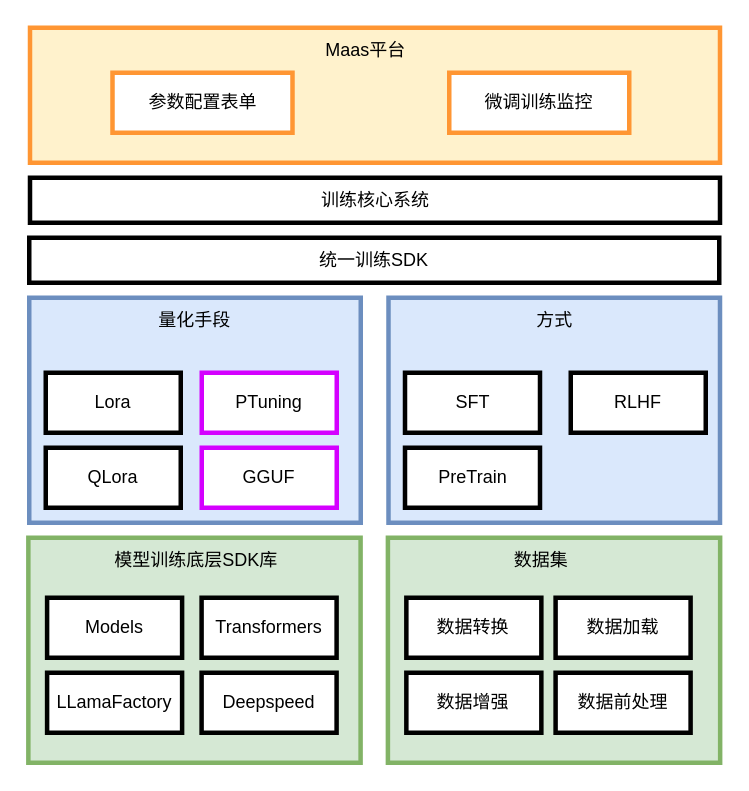
The draw.io diagram 0代码微调.drawio in whybeyoung/mywork, before the edit. Source tidied: cells renumbered, new cells numbered last; positions are measured from the earlier drawing's top-left corner, leaving out a move shared by most shapes. Both pictures are drawn from the tidied source at 150%, with x=0, y=0 at pixel (27, 27).
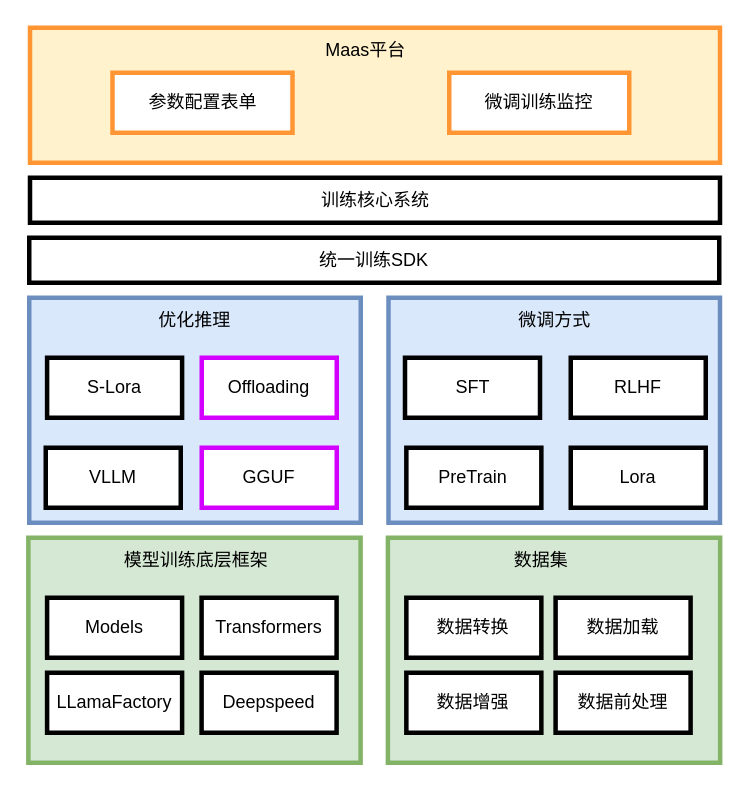
After the change.

Commit message:
更新0代码微调.drawio

What changed in the source:
```diff
@@
-    <mxCell id="4" value="Lora" style="rounded=0;whiteSpace=wrap;html=1;strokeWidth=3;" parent="1" vertex="1">
-      <mxGeometry x="12" y="230" width="90" height="40" as="geometry" />
+    <mxCell id="4" value="S-Lora" style="rounded=0;whiteSpace=wrap;html=1;strokeWidth=3;" parent="1" vertex="1">
+      <mxGeometry x="12.9" y="220" width="90" height="40" as="geometry" />
     </mxCell>
@@
-    <mxCell id="9" value="QLora" style="rounded=0;whiteSpace=wrap;html=1;strokeWidth=3;" parent="1" vertex="1">
+    <mxCell id="9" value="VLLM" style="rounded=0;whiteSpace=wrap;html=1;strokeWidth=3;" parent="1" vertex="1">
       <mxGeometry x="12" y="280" width="90" height="40" as="geometry" />
     </mxCell>
-    <mxCell id="10" value="PTuning" style="rounded=0;whiteSpace=wrap;html=1;strokeWidth=3;strokeColor=#d400ff;" parent="1" vertex="1">
-      <mxGeometry x="116" y="230" width="90" height="40" as="geometry" />
+    <mxCell id="10" value="Offloading" style="rounded=0;whiteSpace=wrap;html=1;strokeWidth=3;strokeColor=#d400ff;" parent="1" vertex="1">
+      <mxGeometry x="116" y="220" width="90" height="40" as="geometry" />
     </mxCell>
-    <mxCell id="11" value="量化手段" style="text;html=1;align=center;verticalAlign=middle;strokeColor=none;fillColor=none;" parent="1" vertex="1">
+    <mxCell id="11" value="优化推理" style="text;html=1;align=center;verticalAlign=middle;strokeColor=none;fillColor=none;" parent="1" vertex="1">
       <mxGeometry x="76" y="180" width="70" height="30" as="geometry" />
     </mxCell>
@@
     <mxCell id="14" value="SFT" style="rounded=0;whiteSpace=wrap;html=1;strokeWidth=3;" parent="1" vertex="1">
-      <mxGeometry x="251.5" y="230" width="90" height="40" as="geometry" />
+      <mxGeometry x="251.5" y="220" width="90" height="40" as="geometry" />
     </mxCell>
     <mxCell id="15" value="PreTrain" style="rounded=0;whiteSpace=wrap;html=1;strokeWidth=3;" parent="1" vertex="1">
-      <mxGeometry x="251.5" y="280" width="90" height="40" as="geometry" />
+      <mxGeometry x="252.4" y="280" width="90" height="40" as="geometry" />
     </mxCell>
-    <mxCell id="16" value="方式" style="text;html=1;align=center;verticalAlign=middle;strokeColor=none;fillColor=none;" parent="1" vertex="1">
-      <mxGeometry x="325.5" y="180" width="50" height="30" as="geometry" />
+    <mxCell id="16" value="微调方式" style="text;html=1;align=center;verticalAlign=middle;strokeColor=none;fillColor=none;" parent="1" vertex="1">
+      <mxGeometry x="315.5" y="180" width="70" height="30" as="geometry" />
     </mxCell>
     <mxCell id="17" value="RLHF" style="rounded=0;whiteSpace=wrap;html=1;strokeWidth=3;" parent="1" vertex="1">
-      <mxGeometry x="362" y="230" width="90" height="40" as="geometry" />
+      <mxGeometry x="362" y="220" width="90" height="40" as="geometry" />
     </mxCell>
@@
-    <mxCell id="19" value="模型训练底层SDK库" style="text;html=1;align=center;verticalAlign=middle;strokeColor=none;fillColor=none;" parent="1" vertex="1">
-      <mxGeometry x="47.4" y="340" width="130" height="30" as="geometry" />
+    <mxCell id="19" value="模型训练底层框架" style="text;html=1;align=center;verticalAlign=middle;strokeColor=none;fillColor=none;" parent="1" vertex="1">
+      <mxGeometry x="52.4" y="340" width="120" height="30" as="geometry" />
     </mxCell>
@@
+    <mxCell id="31" value="Lora" style="rounded=0;whiteSpace=wrap;html=1;strokeWidth=3;" parent="1" vertex="1">
+      <mxGeometry x="362" y="280" width="90" height="40" as="geometry" />
+    </mxCell>
```
